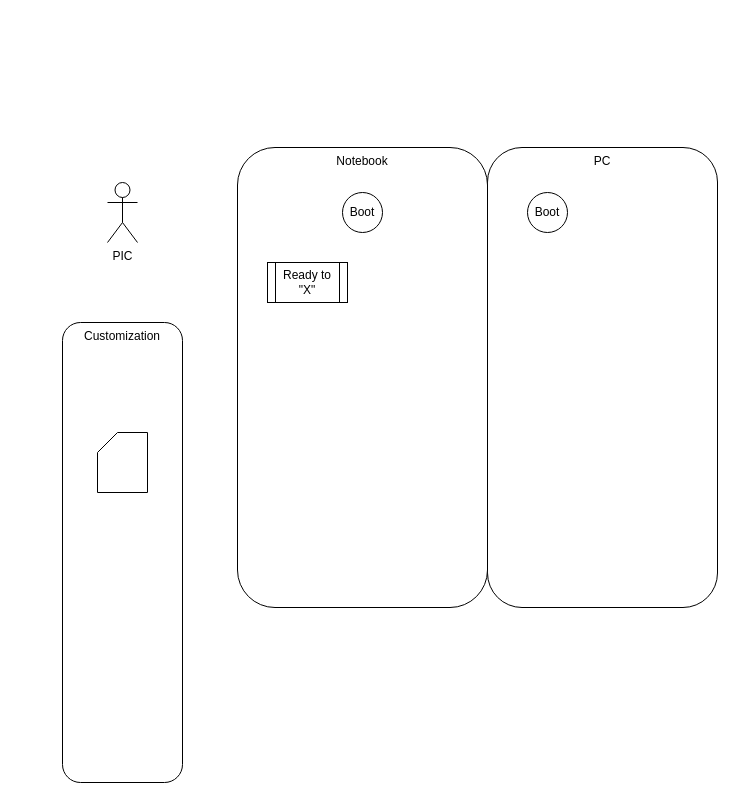
WeisAir/weisair keeps this draw.io diagram as page "Seite-1" (1 of 2) of docs/diagrams/WeisAir_OpsFlow.drawio. Above is the earlier version. Source tidied: cells renumbered, new cells numbered last; positions are measured from the earlier drawing's top-left corner, leaving out a move shared by most shapes. Both pictures are drawn from the tidied source at 100%, with x=0, y=0 at pixel (62, 147).
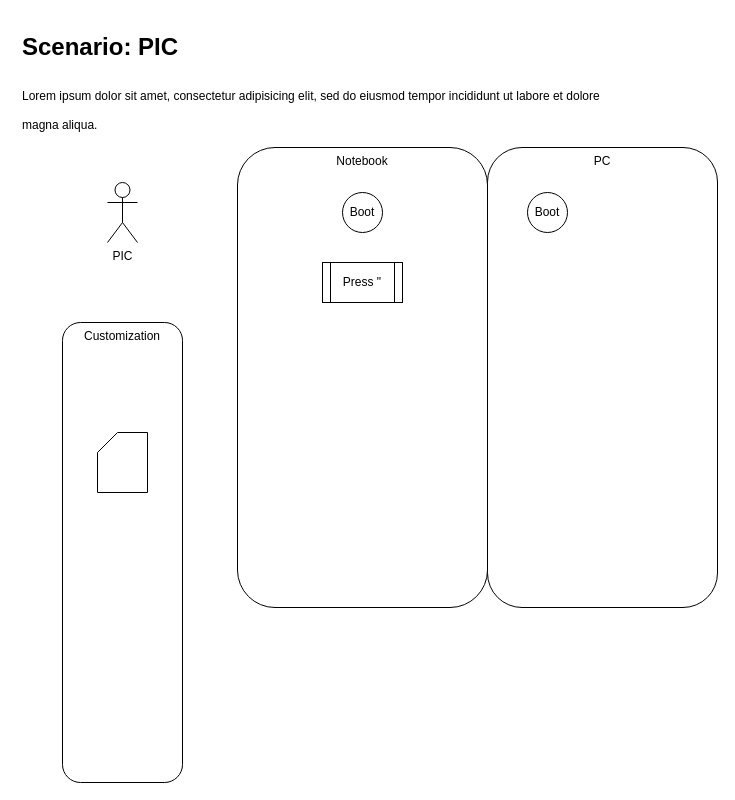
Above is the later version.

Change to the diagram source:
```diff
@@
 <mxGraphModel>
   <root>
     <mxCell id="0" />
     <mxCell id="1" parent="0" />
     <mxCell id="2" value="PC" style="rounded=1;whiteSpace=wrap;html=1;verticalAlign=top;" parent="1" vertex="1">
       <mxGeometry x="425" width="230" height="460" as="geometry" />
     </mxCell>
     <mxCell id="3" value="Notebook" style="rounded=1;whiteSpace=wrap;html=1;verticalAlign=top;" parent="1" vertex="1">
       <mxGeometry x="175" width="250" height="460" as="geometry" />
     </mxCell>
     <mxCell id="4" value="PIC" style="shape=umlActor;verticalLabelPosition=bottom;verticalAlign=top;html=1;" parent="1" vertex="1">
       <mxGeometry x="45" y="35" width="30" height="60" as="geometry" />
     </mxCell>
     <mxCell id="5" value="Boot" style="ellipse;whiteSpace=wrap;html=1;" parent="1" vertex="1">
       <mxGeometry x="280" y="45" width="40" height="40" as="geometry" />
     </mxCell>
     <mxCell id="6" value="Boot" style="ellipse;whiteSpace=wrap;html=1;" parent="1" vertex="1">
       <mxGeometry x="465" y="45" width="40" height="40" as="geometry" />
     </mxCell>
-    <mxCell id="7" value="Ready to &quot;X&quot;" style="shape=process;whiteSpace=wrap;html=1;backgroundOutline=1;" parent="1" vertex="1">
-      <mxGeometry x="205" y="115" width="80" height="40" as="geometry" />
+    <mxCell id="7" value="Press &quot;" style="shape=process;whiteSpace=wrap;html=1;backgroundOutline=1;" parent="1" vertex="1">
+      <mxGeometry x="260" y="115" width="80" height="40" as="geometry" />
     </mxCell>
     <mxCell id="8" value="Customization" style="rounded=1;whiteSpace=wrap;html=1;verticalAlign=top;" parent="1" vertex="1">
       <mxGeometry y="175" width="120" height="460" as="geometry" />
     </mxCell>
     <mxCell id="9" style="shape=card;whiteSpace=wrap;html=1;size=20;" parent="1" vertex="1">
       <mxGeometry x="35" y="285" width="50" height="60" as="geometry" />
     </mxCell>
+    <mxCell id="10" value="&lt;h1&gt;&lt;span&gt;Scenario: PIC&amp;nbsp;&lt;/span&gt;&lt;/h1&gt;&lt;h1&gt;&lt;span style=&quot;font-size: 12px ; font-weight: normal&quot;&gt;Lorem ipsum dolor sit amet, consectetur adipisicing elit, sed do eiusmod tempor incididunt ut labore et dolore magna aliqua.&lt;/span&gt;&lt;br&gt;&lt;/h1&gt;" style="text;html=1;strokeColor=none;fillColor=none;spacing=5;spacingTop=-20;whiteSpace=wrap;overflow=hidden;rounded=0;" parent="1" vertex="1">
+      <mxGeometry x="-45" y="-120" width="600" height="120" as="geometry" />
+    </mxCell>
   </root>
 </mxGraphModel>
```
